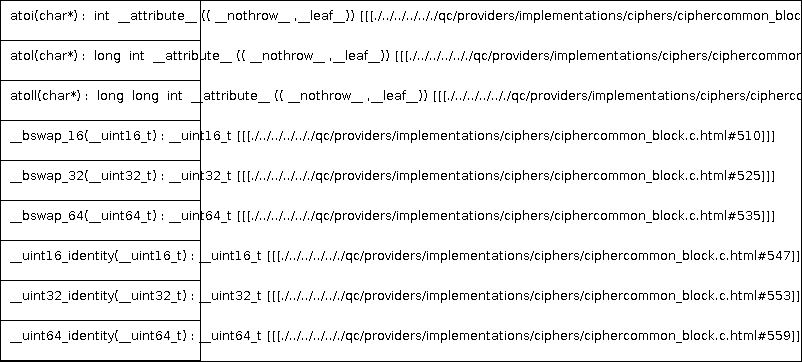
Above: docs/qc/providers/implementations/ciphers/ciphercommon_block.c.png in qualitesys/openssl (PlantUML), before the change. Its source is kept beside it as docs/qc/providers/implementations/ciphers/ciphercommon_block.c.puml. Source of this version:
```plantuml
@startuml
!pragma layout smetana
class dummy {
atoi(char*) :  int  __attribute__ (( __nothrow__ ,__leaf__)) [[[./../../../.././qc/providers/implementations/ciphers/ciphercommon_block.c.html#198]]]
atol(char*) :  long  int  __attribute__ (( __nothrow__ ,__leaf__)) [[[./../../../.././qc/providers/implementations/ciphers/ciphercommon_block.c.html#203]]]
atoll(char*) :  long  long  int  __attribute__ (( __nothrow__ ,__leaf__)) [[[./../../../.././qc/providers/implementations/ciphers/ciphercommon_block.c.html#210]]]
__bswap_16(__uint16_t) : __uint16_t [[[./../../../.././qc/providers/implementations/ciphers/ciphercommon_block.c.html#510]]]
__bswap_32(__uint32_t) : __uint32_t [[[./../../../.././qc/providers/implementations/ciphers/ciphercommon_block.c.html#525]]]
__bswap_64(__uint64_t) : __uint64_t [[[./../../../.././qc/providers/implementations/ciphers/ciphercommon_block.c.html#535]]]
__uint16_identity(__uint16_t) : __uint16_t [[[./../../../.././qc/providers/implementations/ciphers/ciphercommon_block.c.html#547]]]
__uint32_identity(__uint32_t) : __uint32_t [[[./../../../.././qc/providers/implementations/ciphers/ciphercommon_block.c.html#553]]]
__uint64_identity(__uint64_t) : __uint64_t [[[./../../../.././qc/providers/implementations/ciphers/ciphercommon_block.c.html#559]]]
}
@enduml
```
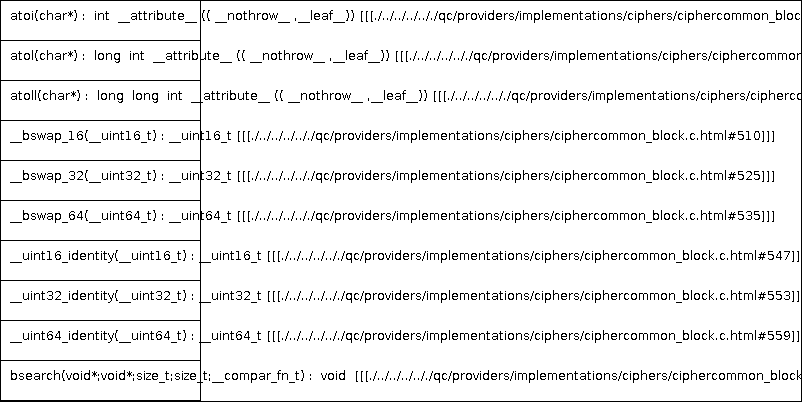
After the commit.

Diff of the diagram source:
```diff
@@ -10,5 +10,6 @@
 __uint16_identity(__uint16_t) : __uint16_t [[[./../../../.././qc/providers/implementations/ciphers/ciphercommon_block.c.html#547]]]
 __uint32_identity(__uint32_t) : __uint32_t [[[./../../../.././qc/providers/implementations/ciphers/ciphercommon_block.c.html#553]]]
 __uint64_identity(__uint64_t) : __uint64_t [[[./../../../.././qc/providers/implementations/ciphers/ciphercommon_block.c.html#559]]]
+bsearch(void*;void*;size_t;size_t;__compar_fn_t) :  void  [[[./../../../.././qc/providers/implementations/ciphers/ciphercommon_block.c.html#1227]]]
 }
 @enduml
```
